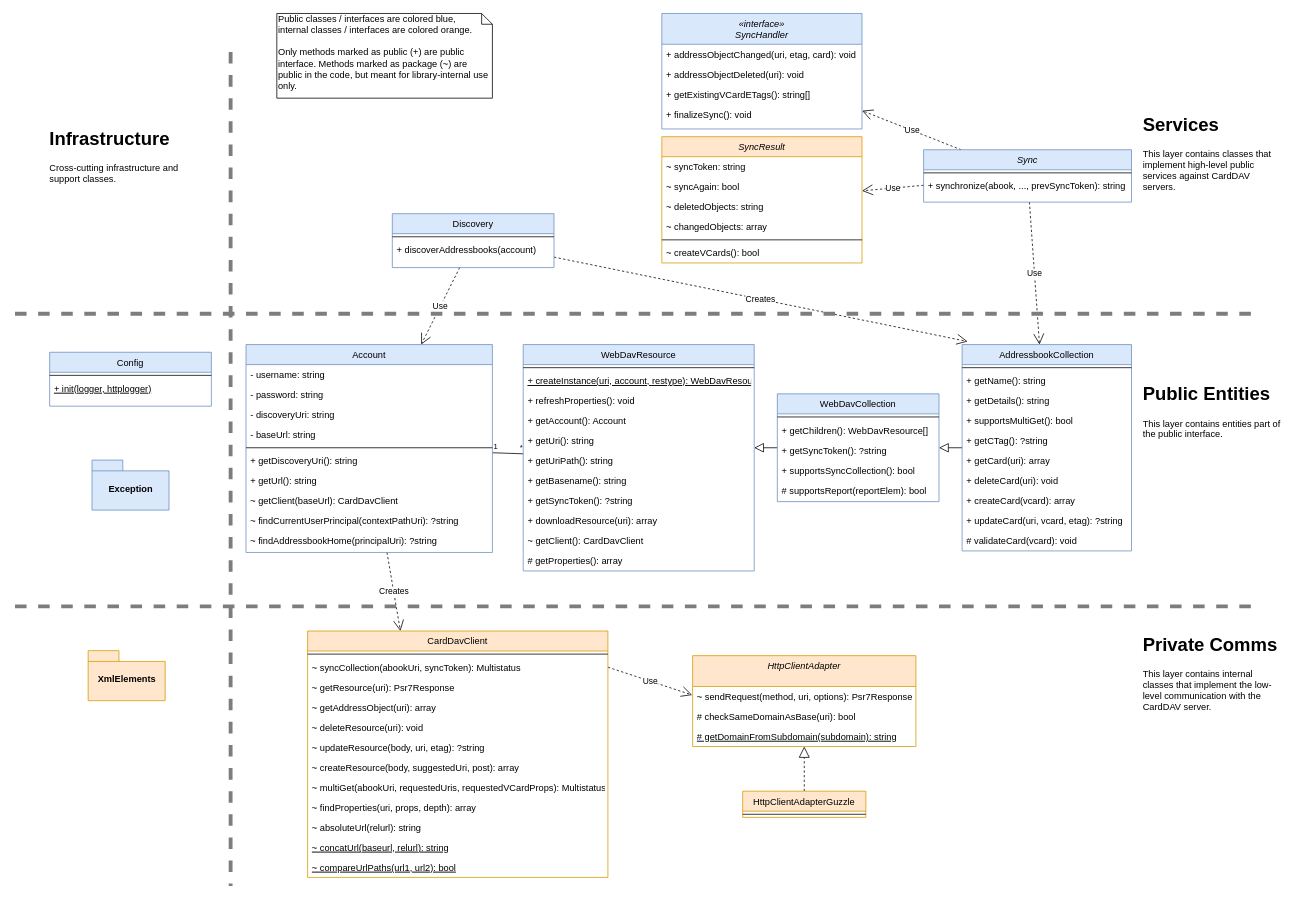
Earlier version of the draw.io diagram doc/Classes.drawio (mstilkerich/carddavclient). Source tidied: cells renumbered, new cells numbered last; positions are measured from the earlier drawing's top-left corner, leaving out a move shared by most shapes. Both pictures are drawn from the tidied source at 77%, with x=0, y=0 at pixel (15, 13).
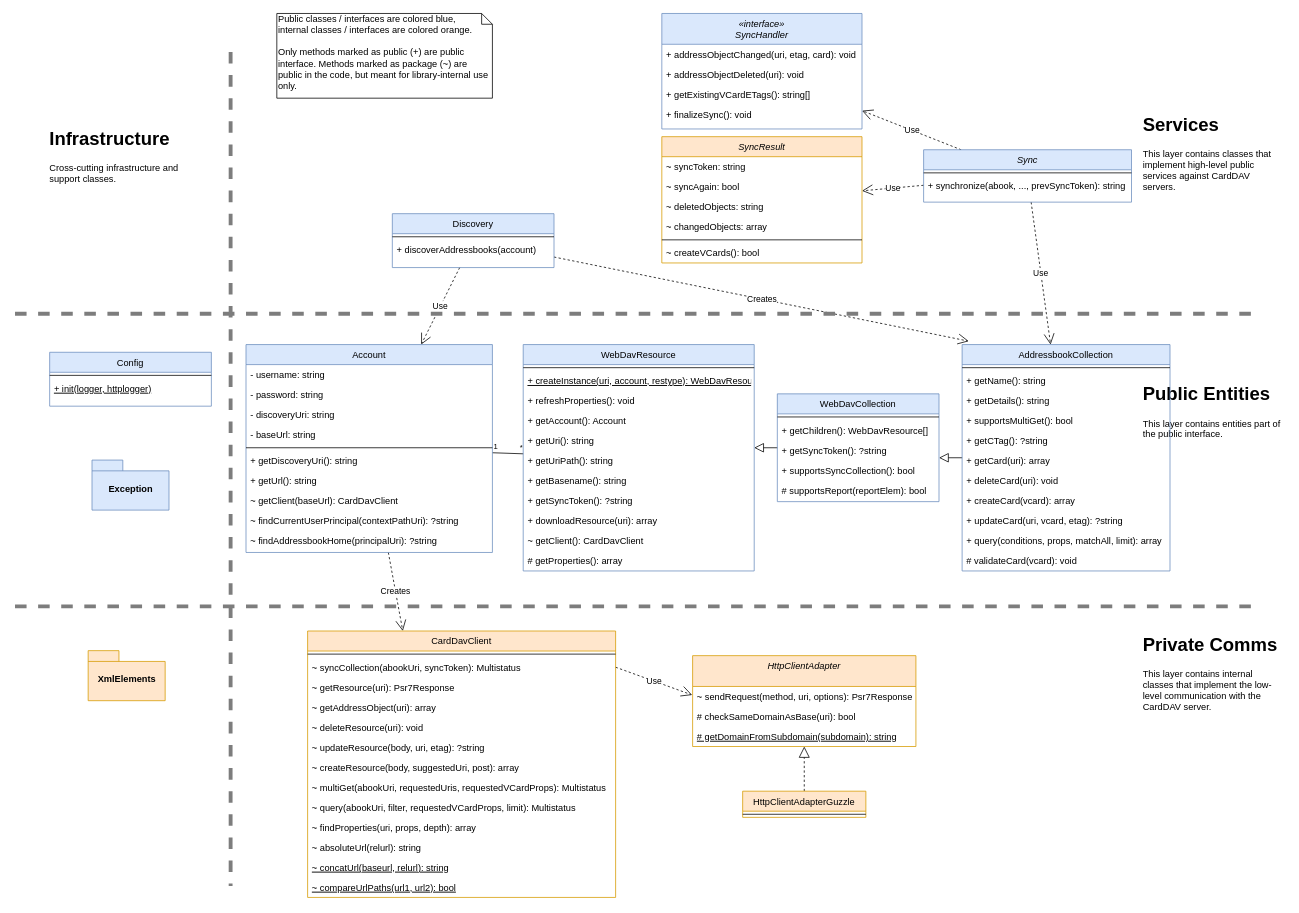
After the change.

Commit message (it also covers changes not shown here):
Add new APIs to class overview

What changed in the source:
```diff
@@
     <mxCell id="18" value="CardDavClient" style="swimlane;fontStyle=0;align=center;verticalAlign=top;horizontal=1;startSize=26;rounded=0;shadow=0;strokeWidth=1;fillColor=#ffe6cc;strokeColor=#d79b00;" parent="1" vertex="1">
-      <mxGeometry x="380" y="802" width="390" height="320" as="geometry" />
+      <mxGeometry x="380" y="802" width="400" height="346" as="geometry" />
     </mxCell>
     <mxCell id="19" style="line;html=1;strokeWidth=1;align=left;verticalAlign=middle;spacingTop=-1;spacingLeft=3;spacingRight=3;labelPosition=right;" parent="18" vertex="1">
-      <mxGeometry y="26" width="390" height="8" as="geometry" />
+      <mxGeometry y="26" width="400" height="8" as="geometry" />
     </mxCell>
     <mxCell id="20" value="~ syncCollection(abookUri, syncToken): Multistatus" style="text;align=left;verticalAlign=top;spacingLeft=4;spacingRight=4;overflow=hidden;points=[[0,0.5],[1,0.5]];portConstraint=eastwest;" parent="18" vertex="1">
-      <mxGeometry y="34" width="390" height="26" as="geometry" />
+      <mxGeometry y="34" width="400" height="26" as="geometry" />
     </mxCell>
     <mxCell id="21" value="~ getResource(uri): Psr7Response" style="text;align=left;verticalAlign=top;spacingLeft=4;spacingRight=4;overflow=hidden;" parent="18" vertex="1">
-      <mxGeometry y="60" width="390" height="26" as="geometry" />
+      <mxGeometry y="60" width="400" height="26" as="geometry" />
     </mxCell>
     <mxCell id="22" value="~ getAddressObject(uri): array" style="text;align=left;verticalAlign=top;spacingLeft=4;spacingRight=4;overflow=hidden;" parent="18" vertex="1">
-      <mxGeometry y="86" width="390" height="26" as="geometry" />
+      <mxGeometry y="86" width="400" height="26" as="geometry" />
     </mxCell>
     <mxCell id="23" value="~ deleteResource(uri): void" style="text;align=left;verticalAlign=top;spacingLeft=4;spacingRight=4;overflow=hidden;" parent="18" vertex="1">
-      <mxGeometry y="112" width="390" height="26" as="geometry" />
+      <mxGeometry y="112" width="400" height="26" as="geometry" />
     </mxCell>
     <mxCell id="24" value="~ updateResource(body, uri, etag): ?string" style="text;align=left;verticalAlign=top;spacingLeft=4;spacingRight=4;overflow=hidden;" parent="18" vertex="1">
-      <mxGeometry y="138" width="390" height="26" as="geometry" />
+      <mxGeometry y="138" width="400" height="26" as="geometry" />
     </mxCell>
     <mxCell id="25" value="~ createResource(body, suggestedUri, post): array" style="text;align=left;verticalAlign=top;spacingLeft=4;spacingRight=4;overflow=hidden;" parent="18" vertex="1">
-      <mxGeometry y="164" width="390" height="26" as="geometry" />
+      <mxGeometry y="164" width="400" height="26" as="geometry" />
     </mxCell>
     <mxCell id="26" value="~ multiGet(abookUri, requestedUris, requestedVCardProps): Multistatus" style="text;align=left;verticalAlign=top;spacingLeft=4;spacingRight=4;overflow=hidden;" parent="18" vertex="1">
-      <mxGeometry y="190" width="390" height="26" as="geometry" />
+      <mxGeometry y="190" width="400" height="26" as="geometry" />
     </mxCell>
+    <mxCell id="105" value="~ query(abookUri, filter, requestedVCardProps, limit): Multistatus" style="text;align=left;verticalAlign=top;spacingLeft=4;spacingRight=4;overflow=hidden;" parent="18" vertex="1">
+      <mxGeometry y="216" width="400" height="26" as="geometry" />
+    </mxCell>
     <mxCell id="27" value="~ findProperties(uri, props, depth): array" style="text;align=left;verticalAlign=top;spacingLeft=4;spacingRight=4;overflow=hidden;" parent="18" vertex="1">
-      <mxGeometry y="216" width="390" height="26" as="geometry" />
+      <mxGeometry y="242" width="400" height="26" as="geometry" />
     </mxCell>
     <mxCell id="28" value="~ absoluteUrl(relurl): string" style="text;align=left;verticalAlign=top;spacingLeft=4;spacingRight=4;overflow=hidden;" parent="18" vertex="1">
-      <mxGeometry y="242" width="390" height="26" as="geometry" />
+      <mxGeometry y="268" width="400" height="26" as="geometry" />
     </mxCell>
     <mxCell id="29" value="~ concatUrl(baseurl, relurl): string" style="text;align=left;verticalAlign=top;spacingLeft=4;spacingRight=4;overflow=hidden;fontStyle=4;" parent="18" vertex="1">
-      <mxGeometry y="268" width="390" height="26" as="geometry" />
+      <mxGeometry y="294" width="400" height="26" as="geometry" />
     </mxCell>
     <mxCell id="30" value="~ compareUrlPaths(url1, url2): bool" style="text;align=left;verticalAlign=top;spacingLeft=4;spacingRight=4;overflow=hidden;fontStyle=4;" parent="18" vertex="1">
-      <mxGeometry y="294" width="390" height="26" as="geometry" />
+      <mxGeometry y="320" width="400" height="26" as="geometry" />
     </mxCell>
@@
     <mxCell id="88" value="AddressbookCollection" style="swimlane;fontStyle=0;align=center;verticalAlign=top;horizontal=1;startSize=26;rounded=0;shadow=0;strokeWidth=1;fillColor=#dae8fc;strokeColor=#6c8ebf;" parent="1" vertex="1">
-      <mxGeometry x="1230" y="430" width="220" height="268" as="geometry" />
+      <mxGeometry x="1230" y="430" width="270" height="294" as="geometry" />
     </mxCell>
     <mxCell id="89" style="line;html=1;strokeWidth=1;align=left;verticalAlign=middle;spacingTop=-1;spacingLeft=3;spacingRight=3;labelPosition=right;" parent="88" vertex="1">
-      <mxGeometry y="26" width="220" height="8" as="geometry" />
+      <mxGeometry y="26" width="270" height="8" as="geometry" />
     </mxCell>
     <mxCell id="90" value="+ getName(): string" style="text;strokeColor=none;fillColor=none;align=left;verticalAlign=top;spacingLeft=4;spacingRight=4;overflow=hidden;" parent="88" vertex="1">
-      <mxGeometry y="34" width="220" height="26" as="geometry" />
+      <mxGeometry y="34" width="270" height="26" as="geometry" />
     </mxCell>
     <mxCell id="91" value="+ getDetails(): string" style="text;strokeColor=none;fillColor=none;align=left;verticalAlign=top;spacingLeft=4;spacingRight=4;overflow=hidden;" parent="88" vertex="1">
-      <mxGeometry y="60" width="220" height="26" as="geometry" />
+      <mxGeometry y="60" width="270" height="26" as="geometry" />
     </mxCell>
     <mxCell id="92" value="+ supportsMultiGet(): bool" style="text;strokeColor=none;fillColor=none;align=left;verticalAlign=top;spacingLeft=4;spacingRight=4;overflow=hidden;" parent="88" vertex="1">
-      <mxGeometry y="86" width="220" height="26" as="geometry" />
+      <mxGeometry y="86" width="270" height="26" as="geometry" />
     </mxCell>
     <mxCell id="93" value="+ getCTag(): ?string" style="text;strokeColor=none;fillColor=none;align=left;verticalAlign=top;spacingLeft=4;spacingRight=4;overflow=hidden;" parent="88" vertex="1">
-      <mxGeometry y="112" width="220" height="26" as="geometry" />
+      <mxGeometry y="112" width="270" height="26" as="geometry" />
     </mxCell>
     <mxCell id="94" value="+ getCard(uri): array" style="text;strokeColor=none;fillColor=none;align=left;verticalAlign=top;spacingLeft=4;spacingRight=4;overflow=hidden;" parent="88" vertex="1">
-      <mxGeometry y="138" width="220" height="26" as="geometry" />
+      <mxGeometry y="138" width="270" height="26" as="geometry" />
     </mxCell>
     <mxCell id="95" value="+ deleteCard(uri): void" style="text;strokeColor=none;fillColor=none;align=left;verticalAlign=top;spacingLeft=4;spacingRight=4;overflow=hidden;" parent="88" vertex="1">
-      <mxGeometry y="164" width="220" height="26" as="geometry" />
+      <mxGeometry y="164" width="270" height="26" as="geometry" />
     </mxCell>
     <mxCell id="96" value="+ createCard(vcard): array" style="text;strokeColor=none;fillColor=none;align=left;verticalAlign=top;spacingLeft=4;spacingRight=4;overflow=hidden;" parent="88" vertex="1">
-      <mxGeometry y="190" width="220" height="26" as="geometry" />
+      <mxGeometry y="190" width="270" height="26" as="geometry" />
     </mxCell>
     <mxCell id="97" value="+ updateCard(uri, vcard, etag): ?string" style="text;strokeColor=none;fillColor=none;align=left;verticalAlign=top;spacingLeft=4;spacingRight=4;overflow=hidden;" parent="88" vertex="1">
-      <mxGeometry y="216" width="220" height="26" as="geometry" />
+      <mxGeometry y="216" width="270" height="26" as="geometry" />
     </mxCell>
+    <mxCell id="106" value="+ query(conditions, props, matchAll, limit): array" style="text;strokeColor=none;fillColor=none;align=left;verticalAlign=top;spacingLeft=4;spacingRight=4;overflow=hidden;" parent="88" vertex="1">
+      <mxGeometry y="242" width="270" height="26" as="geometry" />
+    </mxCell>
     <mxCell id="98" value="# validateCard(vcard): void" style="text;strokeColor=none;fillColor=none;align=left;verticalAlign=top;spacingLeft=4;spacingRight=4;overflow=hidden;" parent="88" vertex="1">
-      <mxGeometry y="242" width="220" height="26" as="geometry" />
+      <mxGeometry y="268" width="270" height="26" as="geometry" />
     </mxCell>
```
